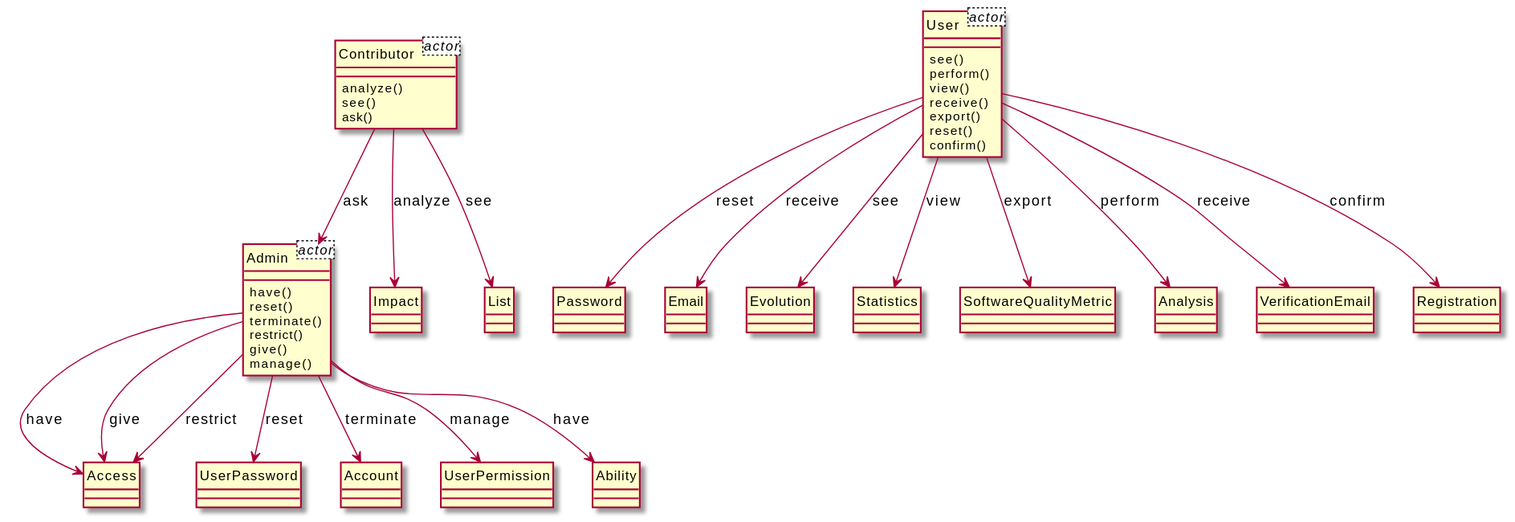
This is output/diagram_5/2017-USC-Project01.svg from xixixhalu/DomainModelExtractor, a PlantUML export, as it was before one commit.
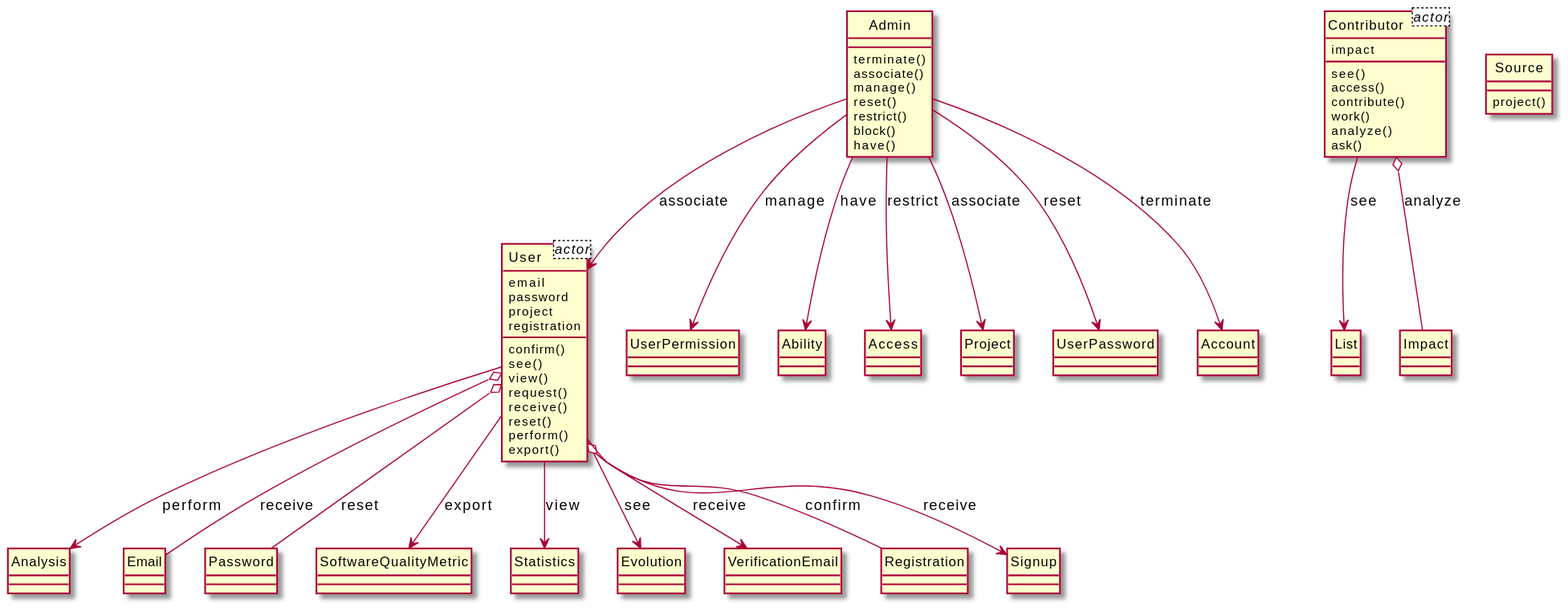
Later version of the same file.

Diff of the diagram source:
```diff
@@ -1,79 +1,94 @@
 @startuml
 hide circle
-class Admin<actor> {
-}
 class User<actor> {
+	email
+	password
+	project
+	registration
 }
 class Contributor<actor> {
+	impact
+}
+class Contributor {
+	see()
+	access()
+	contribute()
+	work()
+	analyze()
+	ask()
+}
+class User {
+	confirm()
+	see()
+	view()
+	request()
+	receive()
+	reset()
+	perform()
+	export()
+}
+class Analysis {
 }
 class Admin {
+	terminate()
+	associate()
+	manage()
+	reset()
+	restrict()
+	block()
 	have()
-	reset()
-	terminate()
-	restrict()
-	give()
-	manage()
+}
+class UserPermission {
+}
+class Email {
+}
+class List {
+}
+class Ability {
+}
+class Password {
+}
+class SoftwareQualityMetric {
+}
+class Statistics {
+}
+class Evolution {
+}
+class VerificationEmail {
 }
 class Access {
 }
-class UserPassword {
+class Registration {
 }
-class User {
-	see()
-	perform()
-	view()
-	receive()
-	export()
-	reset()
-	confirm()
+class Signup {
 }
-class Password {
-}
-class Contributor {
-	analyze()
-	see()
-	ask()
+class Project {
 }
 class Impact {
 }
-class Email {
+class UserPassword {
 }
-class Evolution {
-}
-class Statistics {
-}
-class SoftwareQualityMetric {
+class Source {
+	project()
 }
 class Account {
 }
-class Analysis {
-}
-class UserPermission {
-}
-class VerificationEmail {
-}
-class Ability {
-}
-class List {
-}
-class Registration {
-}
-Admin --> Access : have
-User --> VerificationEmail : receive
-User --> Email : receive
-User --> Password : reset
-User --> Analysis : perform
+User --> Signup : receive
+Contributor --> List : see
+Admin --> Account : terminate
 User --> SoftwareQualityMetric : export
-Admin --> Account : terminate
-Contributor --> List : see
-Admin --> UserPassword : reset
+User --> Statistics : view
+Admin --> Access : restrict
+Admin --> UserPermission : manage
+Admin --> Project : associate
+Admin --> User : associate
 Admin --> Ability : have
 User --> Evolution : see
-Contributor --> Admin : ask
-Admin --> UserPermission : manage
-Admin --> Access : give
-User --> Registration : confirm
-Contributor --> Impact : analyze
-Admin --> Access : restrict
-User --> Statistics : view
+User o-- Registration : confirm
+User o-- Email : receive
+User --> Analysis : perform
+Contributor o-- Impact : analyze
+Admin --> UserPassword : reset
+User o-- Password : reset
+User --> VerificationEmail : receive
 @enduml
```
